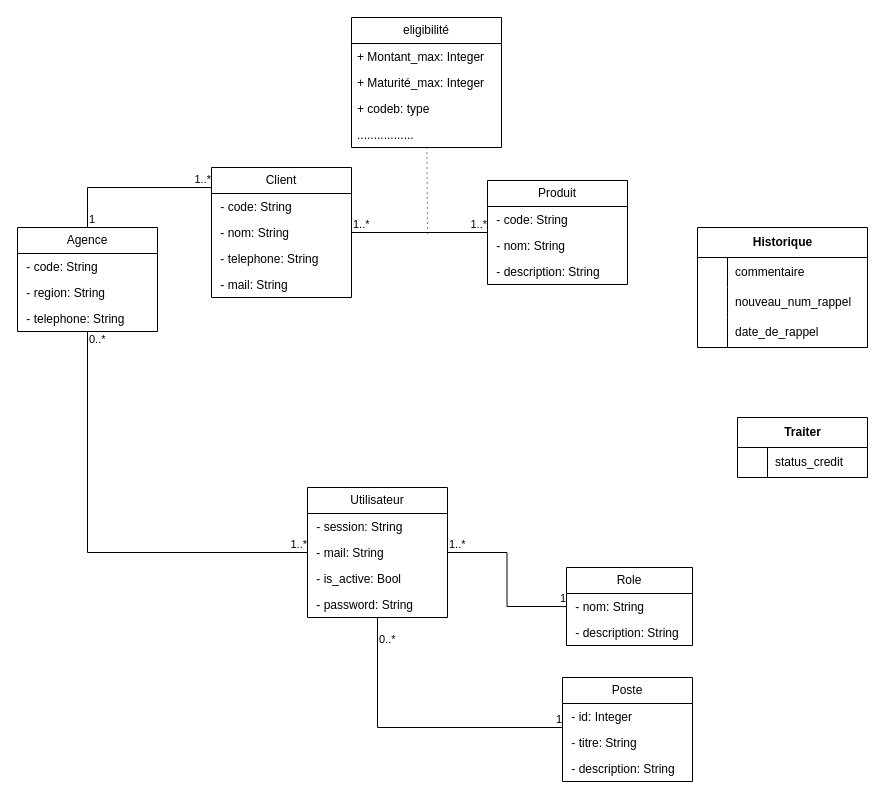
This is diagram.drawio from 34arsonEddy/ABM, a draw.io file, before an edit. Source tidied: cells renumbered, new cells numbered last; positions are measured from the earlier drawing's top-left corner, leaving out a move shared by most shapes. Both pictures are drawn from the tidied source at 100%, with x=0, y=0 at pixel (17, 17).
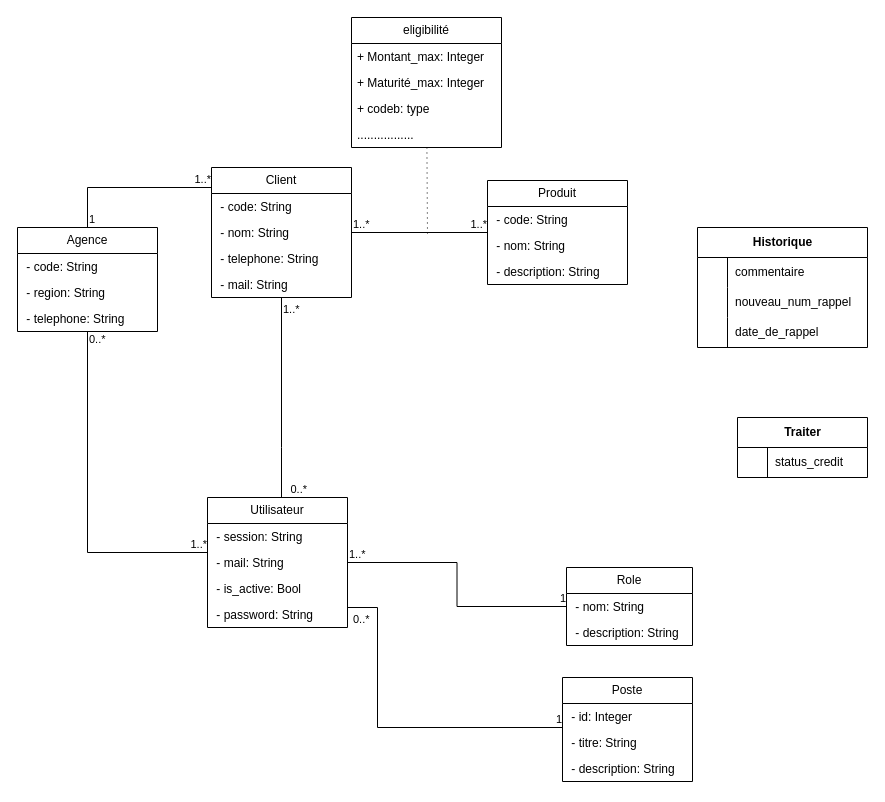
The same page after the edit.

Commit message (it also covers changes not shown here):
Mettre à jour diagram.drawio

The change refers to these unchanged cells:
```xml
<mxCell id="16" value="Client" style="swimlane;fontStyle=0;horizontal=1;startSize=26;fillColor=none;whiteSpace=wrap;html=1;" parent="1" vertex="1">
  <mxGeometry x="194" y="150" width="140" height="130" as="geometry" />
</mxCell>
<mxCell id="34" value="Poste" style="swimlane;fontStyle=0;horizontal=1;startSize=26;fillColor=none;whiteSpace=wrap;html=1;" parent="1" vertex="1">
  <mxGeometry x="545" y="660" width="130" height="104" as="geometry" />
</mxCell>
```

What changed in the source:
```diff
@@
     <mxCell id="29" value="Utilisateur" style="swimlane;fontStyle=0;horizontal=1;startSize=26;fillColor=none;whiteSpace=wrap;html=1;" parent="1" vertex="1">
-      <mxGeometry x="290" y="470" width="140" height="130" as="geometry" />
+      <mxGeometry x="190" y="480" width="140" height="130" as="geometry" />
     </mxCell>
@@
     <mxCell id="47" style="endArrow=none;html=1;edgeStyle=orthogonalEdgeStyle;rounded=0;" parent="1" edge="1" source="29" target="34">
       <mxGeometry relative="1" as="geometry">
         <Array as="points">
+          <mxPoint x="360" y="590" />
           <mxPoint x="360" y="710" />
         </Array>
       </mxGeometry>
     </mxCell>
     <mxCell id="48" value="0..*" style="edgeLabel;html=1;align=left;verticalAlign=bottom;" parent="47" vertex="1">
       <mxGeometry x="-1" relative="1" as="geometry">
-        <mxPoint y="30" as="offset" />
+        <mxPoint x="4" y="20" as="offset" />
       </mxGeometry>
     </mxCell>
@@
+    <mxCell id="62" style="endArrow=none;html=1;edgeStyle=orthogonalEdgeStyle;rounded=0;" parent="1" edge="1" source="16" target="29">
+      <mxGeometry relative="1" as="geometry">
+        <Array as="points">
+          <mxPoint x="264" y="430" />
+          <mxPoint x="264" y="430" />
+        </Array>
+      </mxGeometry>
+    </mxCell>
+    <mxCell id="63" value="1..*" style="edgeLabel;html=1;align=left;verticalAlign=bottom;" parent="62" vertex="1">
+      <mxGeometry x="-1" relative="1" as="geometry">
+        <mxPoint y="20" as="offset" />
+      </mxGeometry>
+    </mxCell>
+    <mxCell id="64" value="0..*" style="edgeLabel;html=1;align=right;verticalAlign=bottom;" parent="62" vertex="1">
+      <mxGeometry x="1" relative="1" as="geometry">
+        <mxPoint x="26" as="offset" />
+      </mxGeometry>
+    </mxCell>
```
